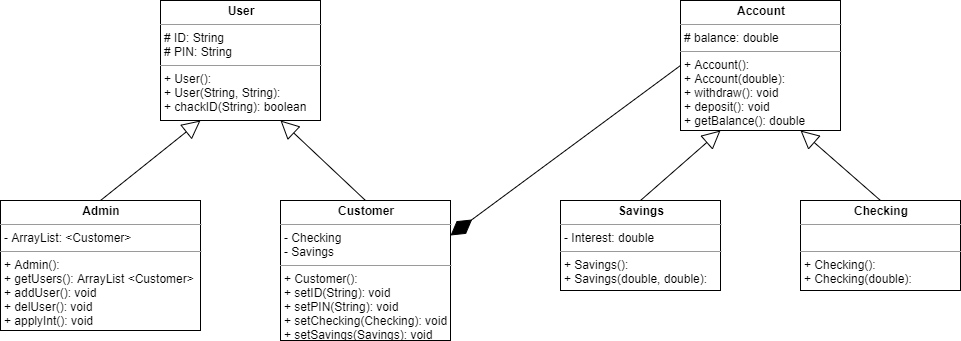
KyleCook97/CSCI24000_spring2020_A7 keeps this draw.io diagram as base/UML.png. Above is the earlier version. Source tidied: cells renumbered, new cells last; positions are measured from the earlier drawing's top-left corner, leaving out a move shared by most shapes. The source it was exported from:
```xml
<mxGraphModel>
  <root>
    <mxCell id="0" style="html=1;" />
    <mxCell id="1" style="html=1;" parent="0" />
    <mxCell id="2" value="&lt;p style=&quot;margin: 0px ; margin-top: 4px ; text-align: center&quot;&gt;&lt;b&gt;User&lt;/b&gt;&lt;/p&gt;&lt;hr size=&quot;1&quot;&gt;&lt;p style=&quot;margin: 0px ; margin-left: 4px&quot;&gt;# ID: String&lt;/p&gt;&lt;p style=&quot;margin: 0px ; margin-left: 4px&quot;&gt;# PIN: String&lt;/p&gt;&lt;hr size=&quot;1&quot;&gt;&lt;p style=&quot;margin: 0px ; margin-left: 4px&quot;&gt;+ User():&lt;/p&gt;&lt;p style=&quot;margin: 0px ; margin-left: 4px&quot;&gt;+ User(String, String):&lt;/p&gt;&lt;p style=&quot;margin: 0px ; margin-left: 4px&quot;&gt;+ chackID(String): boolean&lt;/p&gt;" style="verticalAlign=top;align=left;overflow=fill;fontSize=12;fontFamily=Helvetica;html=1;" parent="1" vertex="1">
      <mxGeometry x="160" width="160" height="120" as="geometry" />
    </mxCell>
    <mxCell id="3" value="&lt;p style=&quot;margin: 0px ; margin-top: 4px ; text-align: center&quot;&gt;&lt;b&gt;Admin&lt;/b&gt;&lt;/p&gt;&lt;hr size=&quot;1&quot;&gt;&lt;p style=&quot;margin: 0px ; margin-left: 4px&quot;&gt;- ArrayList: &amp;lt;Customer&amp;gt;&lt;/p&gt;&lt;hr size=&quot;1&quot;&gt;&lt;p style=&quot;margin: 0px ; margin-left: 4px&quot;&gt;+ Admin():&lt;/p&gt;&lt;p style=&quot;margin: 0px ; margin-left: 4px&quot;&gt;+ getUsers(): ArrayList &amp;lt;Customer&amp;gt;&lt;/p&gt;&lt;p style=&quot;margin: 0px ; margin-left: 4px&quot;&gt;+ addUser(): void&lt;/p&gt;&lt;p style=&quot;margin: 0px ; margin-left: 4px&quot;&gt;+ delUser(): void&lt;/p&gt;&lt;p style=&quot;margin: 0px ; margin-left: 4px&quot;&gt;+ applyInt(): void&lt;/p&gt;" style="verticalAlign=top;align=left;overflow=fill;fontSize=12;fontFamily=Helvetica;html=1;" parent="1" vertex="1">
      <mxGeometry y="200" width="200" height="130" as="geometry" />
    </mxCell>
    <mxCell id="4" value="&lt;p style=&quot;margin: 0px ; margin-top: 4px ; text-align: center&quot;&gt;&lt;b&gt;Customer&lt;/b&gt;&lt;/p&gt;&lt;hr size=&quot;1&quot;&gt;&lt;p style=&quot;margin: 0px ; margin-left: 4px&quot;&gt;- Checking&lt;/p&gt;&lt;p style=&quot;margin: 0px ; margin-left: 4px&quot;&gt;- Savings&lt;/p&gt;&lt;hr size=&quot;1&quot;&gt;&lt;p style=&quot;margin: 0px ; margin-left: 4px&quot;&gt;+ Customer():&lt;/p&gt;&lt;p style=&quot;margin: 0px ; margin-left: 4px&quot;&gt;+ setID(String): void&lt;/p&gt;&lt;p style=&quot;margin: 0px ; margin-left: 4px&quot;&gt;+ setPIN(String): void&lt;/p&gt;&lt;p style=&quot;margin: 0px ; margin-left: 4px&quot;&gt;+ setChecking(Checking): void&lt;/p&gt;&lt;p style=&quot;margin: 0px ; margin-left: 4px&quot;&gt;+ setSavings(Savings): void&lt;/p&gt;" style="verticalAlign=top;align=left;overflow=fill;fontSize=12;fontFamily=Helvetica;html=1;" parent="1" vertex="1">
      <mxGeometry x="280" y="200" width="170" height="140" as="geometry" />
    </mxCell>
    <mxCell id="5" style="endArrow=block;endSize=16;endFill=0;html=1;entryX=0.25;entryY=1;entryDx=0;entryDy=0;exitX=0.5;exitY=0;exitDx=0;exitDy=0;" parent="1" edge="1" source="3" target="2">
      <mxGeometry x="-0.2" y="57" relative="1" as="geometry">
        <mxPoint y="1" as="offset" />
      </mxGeometry>
    </mxCell>
    <mxCell id="6" style="endArrow=block;endSize=16;endFill=0;html=1;exitX=0.5;exitY=0;exitDx=0;exitDy=0;entryX=0.75;entryY=1;entryDx=0;entryDy=0;" parent="1" edge="1" source="4" target="2">
      <mxGeometry x="-0.02" y="-48" relative="1" as="geometry" />
    </mxCell>
    <mxCell id="7" value="&lt;p style=&quot;margin: 0px ; margin-top: 4px ; text-align: center&quot;&gt;&lt;b&gt;Account&lt;/b&gt;&lt;/p&gt;&lt;hr size=&quot;1&quot;&gt;&lt;p style=&quot;margin: 0px ; margin-left: 4px&quot;&gt;# balance: double&lt;/p&gt;&lt;hr size=&quot;1&quot;&gt;&lt;p style=&quot;margin: 0px ; margin-left: 4px&quot;&gt;+ Account():&lt;/p&gt;&lt;p style=&quot;margin: 0px ; margin-left: 4px&quot;&gt;+ Account(double):&lt;/p&gt;&lt;p style=&quot;margin: 0px ; margin-left: 4px&quot;&gt;+ withdraw(): void&lt;/p&gt;&lt;p style=&quot;margin: 0px ; margin-left: 4px&quot;&gt;+ deposit(): void&lt;/p&gt;&lt;p style=&quot;margin: 0px ; margin-left: 4px&quot;&gt;+ getBalance(): double&lt;/p&gt;" style="verticalAlign=top;align=left;overflow=fill;fontSize=12;fontFamily=Helvetica;html=1;" parent="1" vertex="1">
      <mxGeometry x="680" width="160" height="130" as="geometry" />
    </mxCell>
    <mxCell id="8" value="&lt;p style=&quot;margin: 0px ; margin-top: 4px ; text-align: center&quot;&gt;&lt;b&gt;Savings&lt;/b&gt;&lt;/p&gt;&lt;hr size=&quot;1&quot;&gt;&lt;p style=&quot;margin: 0px ; margin-left: 4px&quot;&gt;- Interest: double&lt;/p&gt;&lt;hr size=&quot;1&quot;&gt;&lt;p style=&quot;margin: 0px ; margin-left: 4px&quot;&gt;+ Savings():&lt;/p&gt;&lt;p style=&quot;margin: 0px ; margin-left: 4px&quot;&gt;+ Savings(double, double):&lt;/p&gt;" style="verticalAlign=top;align=left;overflow=fill;fontSize=12;fontFamily=Helvetica;html=1;" parent="1" vertex="1">
      <mxGeometry x="560" y="200" width="160" height="90" as="geometry" />
    </mxCell>
    <mxCell id="9" value="&lt;p style=&quot;margin: 0px ; margin-top: 4px ; text-align: center&quot;&gt;&lt;b&gt;Checking&lt;/b&gt;&lt;/p&gt;&lt;hr size=&quot;1&quot;&gt;&lt;p style=&quot;margin: 0px ; margin-left: 4px&quot;&gt;&lt;br&gt;&lt;/p&gt;&lt;hr size=&quot;1&quot;&gt;&lt;p style=&quot;margin: 0px ; margin-left: 4px&quot;&gt;+ Checking():&lt;/p&gt;&lt;p style=&quot;margin: 0px ; margin-left: 4px&quot;&gt;+ Checking(double):&lt;/p&gt;" style="verticalAlign=top;align=left;overflow=fill;fontSize=12;fontFamily=Helvetica;html=1;" parent="1" vertex="1">
      <mxGeometry x="800" y="200" width="160" height="90" as="geometry" />
    </mxCell>
    <mxCell id="10" style="endArrow=block;endSize=16;endFill=0;html=1;entryX=0.25;entryY=1;entryDx=0;entryDy=0;exitX=0.5;exitY=0;exitDx=0;exitDy=0;" parent="1" edge="1" source="8" target="7">
      <mxGeometry x="-0.81" y="57" relative="1" as="geometry">
        <mxPoint y="-1" as="offset" />
      </mxGeometry>
    </mxCell>
    <mxCell id="11" style="endArrow=block;endSize=16;endFill=0;html=1;exitX=0.5;exitY=0;exitDx=0;exitDy=0;entryX=0.75;entryY=1;entryDx=0;entryDy=0;" parent="1" edge="1" source="9" target="7">
      <mxGeometry x="-1" y="-78" relative="1" as="geometry">
        <mxPoint x="9" y="9" as="offset" />
      </mxGeometry>
    </mxCell>
    <mxCell id="12" style="endArrow=diamondThin;endFill=1;endSize=24;html=1;entryX=1;entryY=0.25;entryDx=0;entryDy=0;exitX=0;exitY=0.5;exitDx=0;exitDy=0;" parent="1" edge="1" source="7" target="4">
      <mxGeometry relative="1" as="geometry" />
    </mxCell>
  </root>
</mxGraphModel>
```
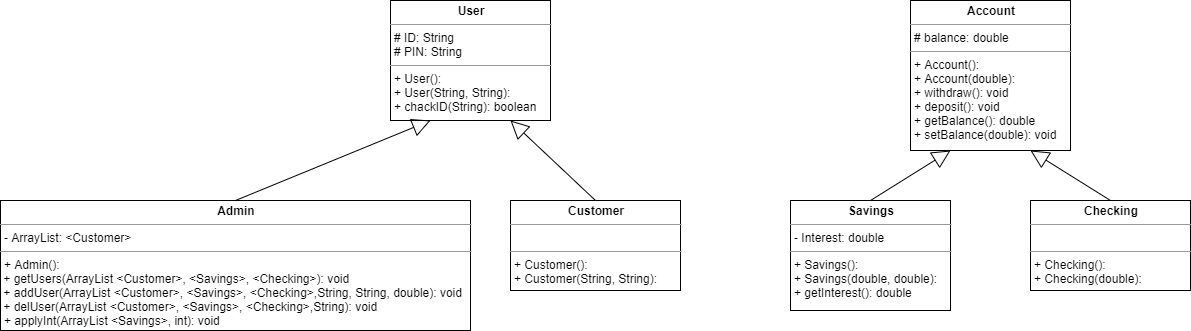
The same file after the commit.

Commit message:
updated UML and Algorithm

What changed in the source:
```diff
@@ -5,11 +5,11 @@
     <mxCell id="2" value="&lt;p style=&quot;margin: 0px ; margin-top: 4px ; text-align: center&quot;&gt;&lt;b&gt;User&lt;/b&gt;&lt;/p&gt;&lt;hr size=&quot;1&quot;&gt;&lt;p style=&quot;margin: 0px ; margin-left: 4px&quot;&gt;# ID: String&lt;/p&gt;&lt;p style=&quot;margin: 0px ; margin-left: 4px&quot;&gt;# PIN: String&lt;/p&gt;&lt;hr size=&quot;1&quot;&gt;&lt;p style=&quot;margin: 0px ; margin-left: 4px&quot;&gt;+ User():&lt;/p&gt;&lt;p style=&quot;margin: 0px ; margin-left: 4px&quot;&gt;+ User(String, String):&lt;/p&gt;&lt;p style=&quot;margin: 0px ; margin-left: 4px&quot;&gt;+ chackID(String): boolean&lt;/p&gt;" style="verticalAlign=top;align=left;overflow=fill;fontSize=12;fontFamily=Helvetica;html=1;" parent="1" vertex="1">
       <mxGeometry x="160" width="160" height="120" as="geometry" />
     </mxCell>
-    <mxCell id="3" value="&lt;p style=&quot;margin: 0px ; margin-top: 4px ; text-align: center&quot;&gt;&lt;b&gt;Admin&lt;/b&gt;&lt;/p&gt;&lt;hr size=&quot;1&quot;&gt;&lt;p style=&quot;margin: 0px ; margin-left: 4px&quot;&gt;- ArrayList: &amp;lt;Customer&amp;gt;&lt;/p&gt;&lt;hr size=&quot;1&quot;&gt;&lt;p style=&quot;margin: 0px ; margin-left: 4px&quot;&gt;+ Admin():&lt;/p&gt;&lt;p style=&quot;margin: 0px ; margin-left: 4px&quot;&gt;+ getUsers(): ArrayList &amp;lt;Customer&amp;gt;&lt;/p&gt;&lt;p style=&quot;margin: 0px ; margin-left: 4px&quot;&gt;+ addUser(): void&lt;/p&gt;&lt;p style=&quot;margin: 0px ; margin-left: 4px&quot;&gt;+ delUser(): void&lt;/p&gt;&lt;p style=&quot;margin: 0px ; margin-left: 4px&quot;&gt;+ applyInt(): void&lt;/p&gt;" style="verticalAlign=top;align=left;overflow=fill;fontSize=12;fontFamily=Helvetica;html=1;" parent="1" vertex="1">
-      <mxGeometry y="200" width="200" height="130" as="geometry" />
+    <mxCell id="3" value="&lt;p style=&quot;margin: 0px ; margin-top: 4px ; text-align: center&quot;&gt;&lt;b&gt;Admin&lt;/b&gt;&lt;/p&gt;&lt;hr size=&quot;1&quot;&gt;&lt;p style=&quot;margin: 0px ; margin-left: 4px&quot;&gt;- ArrayList: &amp;lt;Customer&amp;gt;&lt;/p&gt;&lt;hr size=&quot;1&quot;&gt;&lt;p style=&quot;margin: 0px ; margin-left: 4px&quot;&gt;+ Admin():&lt;/p&gt;&amp;nbsp;+ getUsers(ArrayList &amp;lt;Customer&amp;gt;, &amp;lt;Savings&amp;gt;, &amp;lt;Checking&amp;gt;&lt;span&gt;): void&lt;br&gt;&lt;/span&gt;&amp;nbsp;+ addUser(ArrayList &amp;lt;Customer&amp;gt;, &amp;lt;Savings&amp;gt;, &amp;lt;Checking&amp;gt;,String, String, double): void&lt;br&gt;&amp;nbsp;+ delUser(ArrayList &amp;lt;Customer&amp;gt;, &amp;lt;Savings&amp;gt;, &amp;lt;Checking&amp;gt;,String): void&lt;p style=&quot;margin: 0px ; margin-left: 4px&quot;&gt;+ applyInt(ArrayList &amp;lt;Savings&amp;gt;, int): void&lt;/p&gt;" style="verticalAlign=top;align=left;overflow=fill;fontSize=12;fontFamily=Helvetica;html=1;" parent="1" vertex="1">
+      <mxGeometry x="-230" y="200" width="470" height="130" as="geometry" />
     </mxCell>
-    <mxCell id="4" value="&lt;p style=&quot;margin: 0px ; margin-top: 4px ; text-align: center&quot;&gt;&lt;b&gt;Customer&lt;/b&gt;&lt;/p&gt;&lt;hr size=&quot;1&quot;&gt;&lt;p style=&quot;margin: 0px ; margin-left: 4px&quot;&gt;- Checking&lt;/p&gt;&lt;p style=&quot;margin: 0px ; margin-left: 4px&quot;&gt;- Savings&lt;/p&gt;&lt;hr size=&quot;1&quot;&gt;&lt;p style=&quot;margin: 0px ; margin-left: 4px&quot;&gt;+ Customer():&lt;/p&gt;&lt;p style=&quot;margin: 0px ; margin-left: 4px&quot;&gt;+ setID(String): void&lt;/p&gt;&lt;p style=&quot;margin: 0px ; margin-left: 4px&quot;&gt;+ setPIN(String): void&lt;/p&gt;&lt;p style=&quot;margin: 0px ; margin-left: 4px&quot;&gt;+ setChecking(Checking): void&lt;/p&gt;&lt;p style=&quot;margin: 0px ; margin-left: 4px&quot;&gt;+ setSavings(Savings): void&lt;/p&gt;" style="verticalAlign=top;align=left;overflow=fill;fontSize=12;fontFamily=Helvetica;html=1;" parent="1" vertex="1">
-      <mxGeometry x="280" y="200" width="170" height="140" as="geometry" />
+    <mxCell id="4" value="&lt;p style=&quot;margin: 0px ; margin-top: 4px ; text-align: center&quot;&gt;&lt;b&gt;Customer&lt;/b&gt;&lt;/p&gt;&lt;hr size=&quot;1&quot;&gt;&lt;p style=&quot;margin: 0px ; margin-left: 4px&quot;&gt;&lt;br&gt;&lt;/p&gt;&lt;hr size=&quot;1&quot;&gt;&lt;p style=&quot;margin: 0px ; margin-left: 4px&quot;&gt;+ Customer():&lt;/p&gt;&lt;p style=&quot;margin: 0px ; margin-left: 4px&quot;&gt;+ Customer(String, String):&lt;/p&gt;&lt;p style=&quot;margin: 0px ; margin-left: 4px&quot;&gt;&lt;br&gt;&lt;/p&gt;" style="verticalAlign=top;align=left;overflow=fill;fontSize=12;fontFamily=Helvetica;html=1;" parent="1" vertex="1">
+      <mxGeometry x="280" y="200" width="170" height="90" as="geometry" />
     </mxCell>
     <mxCell id="5" style="endArrow=block;endSize=16;endFill=0;html=1;entryX=0.25;entryY=1;entryDx=0;entryDy=0;exitX=0.5;exitY=0;exitDx=0;exitDy=0;" parent="1" edge="1" source="3" target="2">
       <mxGeometry x="-0.2" y="57" relative="1" as="geometry">
@@ -19,11 +19,11 @@
     <mxCell id="6" style="endArrow=block;endSize=16;endFill=0;html=1;exitX=0.5;exitY=0;exitDx=0;exitDy=0;entryX=0.75;entryY=1;entryDx=0;entryDy=0;" parent="1" edge="1" source="4" target="2">
       <mxGeometry x="-0.02" y="-48" relative="1" as="geometry" />
     </mxCell>
-    <mxCell id="7" value="&lt;p style=&quot;margin: 0px ; margin-top: 4px ; text-align: center&quot;&gt;&lt;b&gt;Account&lt;/b&gt;&lt;/p&gt;&lt;hr size=&quot;1&quot;&gt;&lt;p style=&quot;margin: 0px ; margin-left: 4px&quot;&gt;# balance: double&lt;/p&gt;&lt;hr size=&quot;1&quot;&gt;&lt;p style=&quot;margin: 0px ; margin-left: 4px&quot;&gt;+ Account():&lt;/p&gt;&lt;p style=&quot;margin: 0px ; margin-left: 4px&quot;&gt;+ Account(double):&lt;/p&gt;&lt;p style=&quot;margin: 0px ; margin-left: 4px&quot;&gt;+ withdraw(): void&lt;/p&gt;&lt;p style=&quot;margin: 0px ; margin-left: 4px&quot;&gt;+ deposit(): void&lt;/p&gt;&lt;p style=&quot;margin: 0px ; margin-left: 4px&quot;&gt;+ getBalance(): double&lt;/p&gt;" style="verticalAlign=top;align=left;overflow=fill;fontSize=12;fontFamily=Helvetica;html=1;" parent="1" vertex="1">
-      <mxGeometry x="680" width="160" height="130" as="geometry" />
+    <mxCell id="7" value="&lt;p style=&quot;margin: 0px ; margin-top: 4px ; text-align: center&quot;&gt;&lt;b&gt;Account&lt;/b&gt;&lt;/p&gt;&lt;hr size=&quot;1&quot;&gt;&lt;p style=&quot;margin: 0px ; margin-left: 4px&quot;&gt;# balance: double&lt;/p&gt;&lt;hr size=&quot;1&quot;&gt;&lt;p style=&quot;margin: 0px ; margin-left: 4px&quot;&gt;+ Account():&lt;/p&gt;&lt;p style=&quot;margin: 0px ; margin-left: 4px&quot;&gt;+ Account(double):&lt;/p&gt;&lt;p style=&quot;margin: 0px ; margin-left: 4px&quot;&gt;+ withdraw(): void&lt;/p&gt;&lt;p style=&quot;margin: 0px ; margin-left: 4px&quot;&gt;+ deposit(): void&lt;/p&gt;&lt;p style=&quot;margin: 0px ; margin-left: 4px&quot;&gt;+ getBalance(): double&lt;/p&gt;&lt;p style=&quot;margin: 0px ; margin-left: 4px&quot;&gt;+ setBalance(double): void&lt;/p&gt;" style="verticalAlign=top;align=left;overflow=fill;fontSize=12;fontFamily=Helvetica;html=1;" parent="1" vertex="1">
+      <mxGeometry x="680" width="160" height="150" as="geometry" />
     </mxCell>
-    <mxCell id="8" value="&lt;p style=&quot;margin: 0px ; margin-top: 4px ; text-align: center&quot;&gt;&lt;b&gt;Savings&lt;/b&gt;&lt;/p&gt;&lt;hr size=&quot;1&quot;&gt;&lt;p style=&quot;margin: 0px ; margin-left: 4px&quot;&gt;- Interest: double&lt;/p&gt;&lt;hr size=&quot;1&quot;&gt;&lt;p style=&quot;margin: 0px ; margin-left: 4px&quot;&gt;+ Savings():&lt;/p&gt;&lt;p style=&quot;margin: 0px ; margin-left: 4px&quot;&gt;+ Savings(double, double):&lt;/p&gt;" style="verticalAlign=top;align=left;overflow=fill;fontSize=12;fontFamily=Helvetica;html=1;" parent="1" vertex="1">
-      <mxGeometry x="560" y="200" width="160" height="90" as="geometry" />
+    <mxCell id="8" value="&lt;p style=&quot;margin: 0px ; margin-top: 4px ; text-align: center&quot;&gt;&lt;b&gt;Savings&lt;/b&gt;&lt;/p&gt;&lt;hr size=&quot;1&quot;&gt;&lt;p style=&quot;margin: 0px ; margin-left: 4px&quot;&gt;- Interest: double&lt;/p&gt;&lt;hr size=&quot;1&quot;&gt;&lt;p style=&quot;margin: 0px ; margin-left: 4px&quot;&gt;+ Savings():&lt;/p&gt;&lt;p style=&quot;margin: 0px ; margin-left: 4px&quot;&gt;+ Savings(double, double):&lt;/p&gt;&lt;p style=&quot;margin: 0px ; margin-left: 4px&quot;&gt;+ getInterest(): double&lt;/p&gt;" style="verticalAlign=top;align=left;overflow=fill;fontSize=12;fontFamily=Helvetica;html=1;" parent="1" vertex="1">
+      <mxGeometry x="560" y="200" width="160" height="110" as="geometry" />
     </mxCell>
     <mxCell id="9" value="&lt;p style=&quot;margin: 0px ; margin-top: 4px ; text-align: center&quot;&gt;&lt;b&gt;Checking&lt;/b&gt;&lt;/p&gt;&lt;hr size=&quot;1&quot;&gt;&lt;p style=&quot;margin: 0px ; margin-left: 4px&quot;&gt;&lt;br&gt;&lt;/p&gt;&lt;hr size=&quot;1&quot;&gt;&lt;p style=&quot;margin: 0px ; margin-left: 4px&quot;&gt;+ Checking():&lt;/p&gt;&lt;p style=&quot;margin: 0px ; margin-left: 4px&quot;&gt;+ Checking(double):&lt;/p&gt;" style="verticalAlign=top;align=left;overflow=fill;fontSize=12;fontFamily=Helvetica;html=1;" parent="1" vertex="1">
       <mxGeometry x="800" y="200" width="160" height="90" as="geometry" />
@@ -38,8 +38,5 @@
         <mxPoint x="9" y="9" as="offset" />
       </mxGeometry>
     </mxCell>
-    <mxCell id="12" style="endArrow=diamondThin;endFill=1;endSize=24;html=1;entryX=1;entryY=0.25;entryDx=0;entryDy=0;exitX=0;exitY=0.5;exitDx=0;exitDy=0;" parent="1" edge="1" source="7" target="4">
-      <mxGeometry relative="1" as="geometry" />
-    </mxCell>
   </root>
 </mxGraphModel>
```
